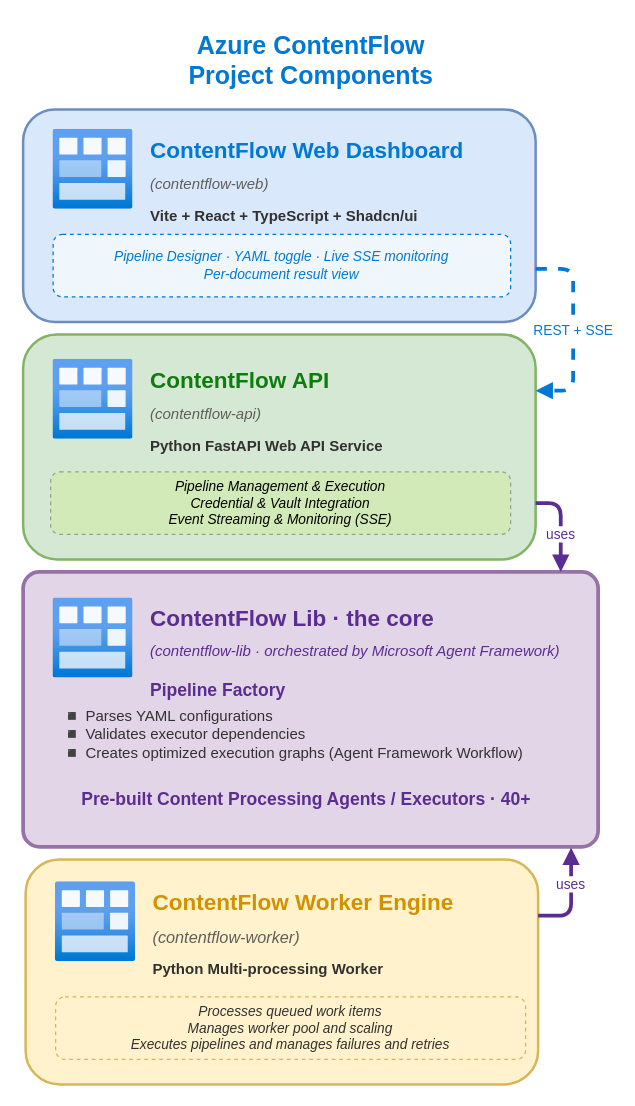
Azure/contentflow keeps this draw.io diagram as page "Components" (2 of 4) of assets/diagram/ContentFlow Diagram.drawio. Above is the earlier version. Source tidied: cells renumbered, new cells numbered last; positions are measured from the earlier drawing's top-left corner, leaving out a move shared by most shapes. Both pictures are drawn from the tidied source at 125%, with x=0, y=0 at pixel (22, 21).
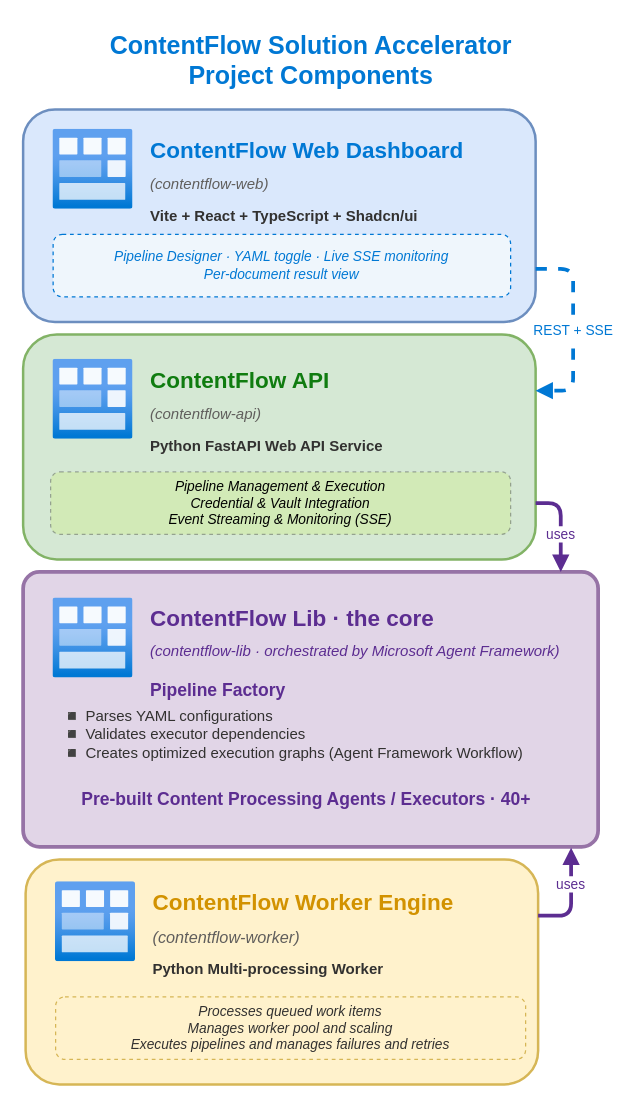
Above is the later version.

Commit message (it also covers changes not shown here):
Fixes diagram titles to "ContentFlow Solution Accelerator"

Diff of the diagram source:
```diff
@@
-    <mxCell id="30" value="&lt;font&gt;&lt;b style=&quot;&quot;&gt;Azure ContentFlow&lt;/b&gt;&lt;/font&gt;&lt;div&gt;&lt;font style=&quot;&quot;&gt;&lt;font style=&quot;color: rgb(0, 120, 212);&quot;&gt;Project Components&lt;/font&gt;&lt;/font&gt;&lt;/div&gt;" style="text;html=1;align=center;fontSize=20;fontColor=#0078D4;fontStyle=1;verticalAlign=top;" parent="1" vertex="1">
+    <mxCell id="30" value="&lt;font&gt;&lt;b style=&quot;&quot;&gt;ContentFlow Solution Accelerator&lt;/b&gt;&lt;/font&gt;&lt;div&gt;&lt;font style=&quot;&quot;&gt;&lt;font style=&quot;color: rgb(0, 120, 212);&quot;&gt;Project Components&lt;/font&gt;&lt;/font&gt;&lt;/div&gt;" style="text;html=1;align=center;fontSize=20;fontColor=#0078D4;fontStyle=1;verticalAlign=top;" parent="1" vertex="1">
       <mxGeometry width="460" height="60" as="geometry" />
     </mxCell>
```
